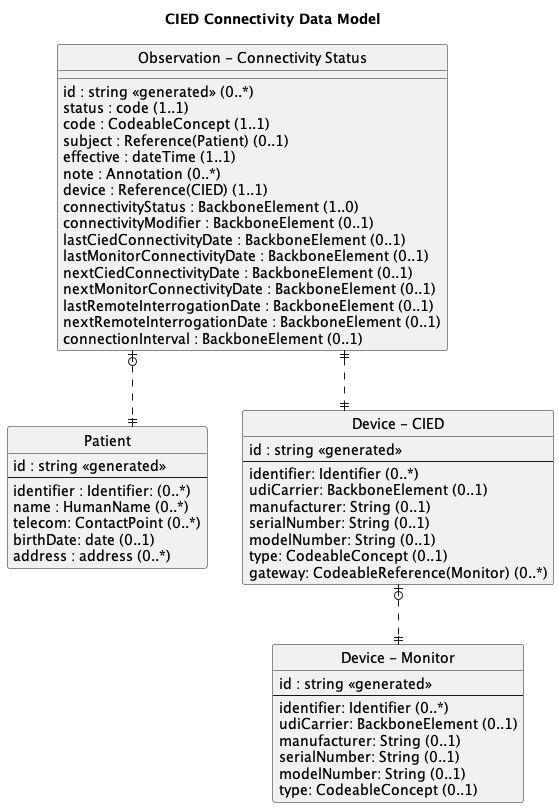
Earlier version of the PlantUML export input/images/data-model1.png (HL7/CardX-CIED).
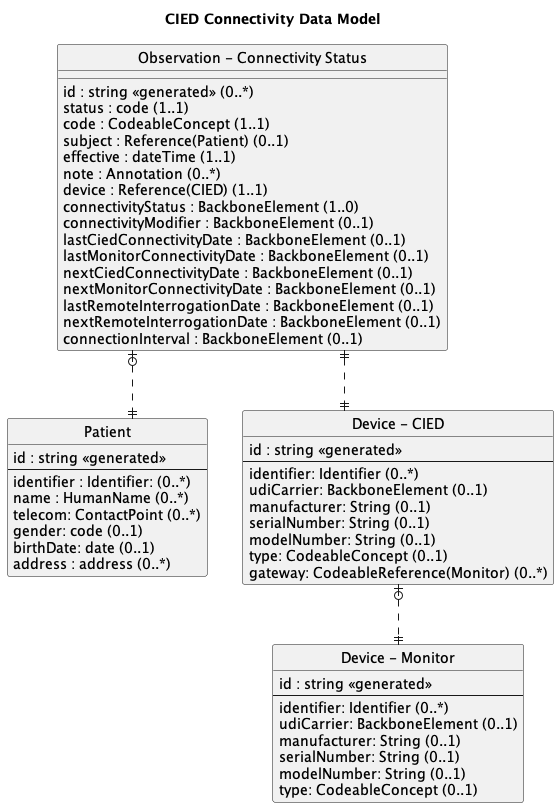
After the change.

The edit, as a diff of the source:
```diff
@@ -11,6 +11,7 @@
   identifier : Identifier: (0..*)
   name : HumanName (0..*)
   telecom: ContactPoint (0..*)
+  gender: code (0..1)
   birthDate: date (0..1)
   address : address (0..*)
 }
```
